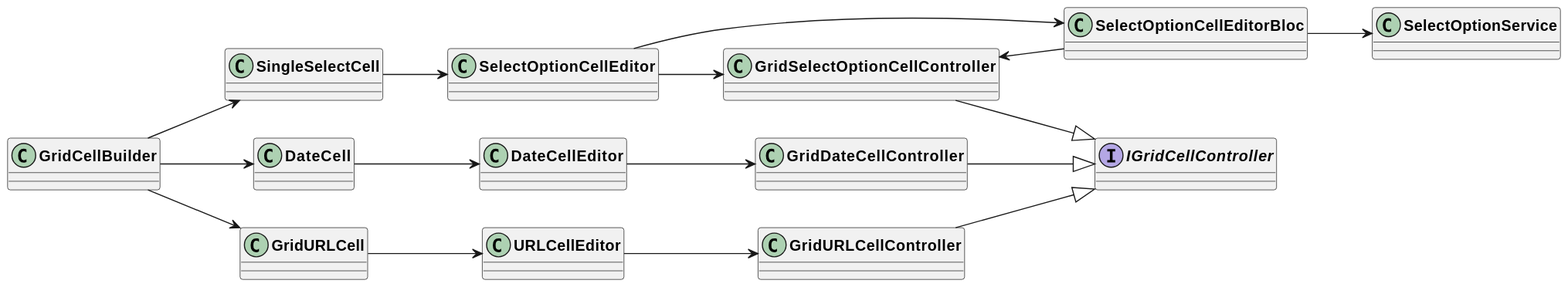
Above: uml/output/Grid_Cell_Builder.svg in AppFlowy-IO/AppFlowy-Docs (PlantUML), before the change. Its diagram source:
```plantuml
@startuml Grid Cell Builder
skinparam classFontStyle Bold
skinparam ActivityBackgroundColor Silver
skinparam ActivityBorderColor DimGray
left to right direction

class SelectOptionService
class SelectOptionCellEditorBloc
interface IGridCellController

GridCellBuilder --> SingleSelectCell
GridCellBuilder --> DateCell
GridCellBuilder --> GridURLCell

SingleSelectCell --> SelectOptionCellEditor
SelectOptionCellEditor --> GridSelectOptionCellController
SelectOptionCellEditor --> SelectOptionCellEditorBloc

SelectOptionCellEditorBloc --> SelectOptionService
SelectOptionCellEditorBloc -u-> GridSelectOptionCellController
GridSelectOptionCellController --|> IGridCellController


DateCell --> DateCellEditor
DateCellEditor --> GridDateCellController
GridDateCellController --|> IGridCellController

GridURLCell --> URLCellEditor
URLCellEditor --> GridURLCellController
GridURLCellController --|> IGridCellController

@enduml
```
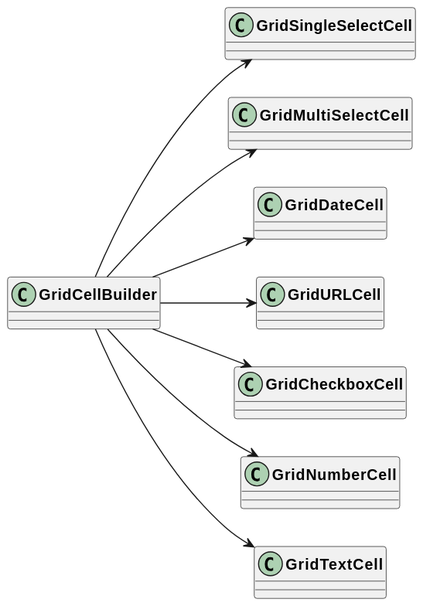
The same file after the commit.

The edit, as a diff of the source:
```diff
@@ -4,29 +4,12 @@
 skinparam ActivityBorderColor DimGray
 left to right direction
 
-class SelectOptionService
-class SelectOptionCellEditorBloc
-interface IGridCellController
-
-GridCellBuilder --> SingleSelectCell
-GridCellBuilder --> DateCell
+GridCellBuilder --> GridSingleSelectCell
+GridCellBuilder --> GridMultiSelectCell
+GridCellBuilder --> GridDateCell
 GridCellBuilder --> GridURLCell
-
-SingleSelectCell --> SelectOptionCellEditor
-SelectOptionCellEditor --> GridSelectOptionCellController
-SelectOptionCellEditor --> SelectOptionCellEditorBloc
-
-SelectOptionCellEditorBloc --> SelectOptionService
-SelectOptionCellEditorBloc -u-> GridSelectOptionCellController
-GridSelectOptionCellController --|> IGridCellController
-
-
-DateCell --> DateCellEditor
-DateCellEditor --> GridDateCellController
-GridDateCellController --|> IGridCellController
-
-GridURLCell --> URLCellEditor
-URLCellEditor --> GridURLCellController
-GridURLCellController --|> IGridCellController
+GridCellBuilder --> GridCheckboxCell
+GridCellBuilder --> GridNumberCell
+GridCellBuilder --> GridTextCell
 
 @enduml
```
